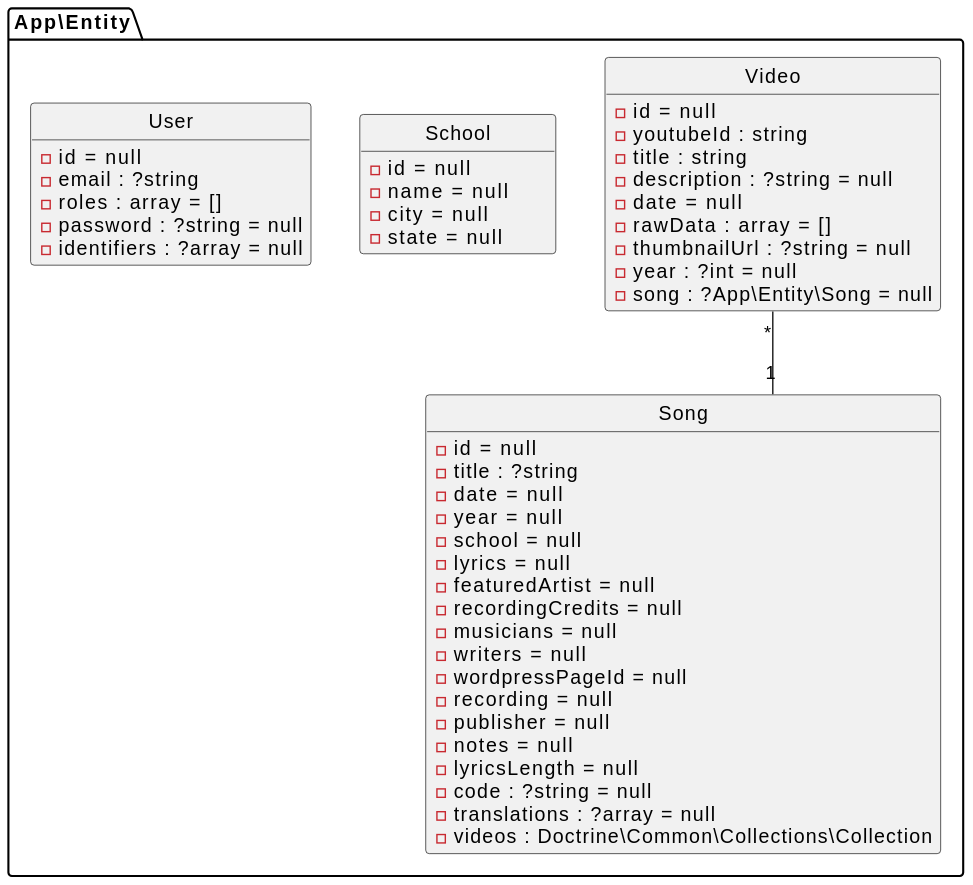
survos/kidpanalley keeps this PlantUML diagram as assets/db.svg. Above is the earlier version.
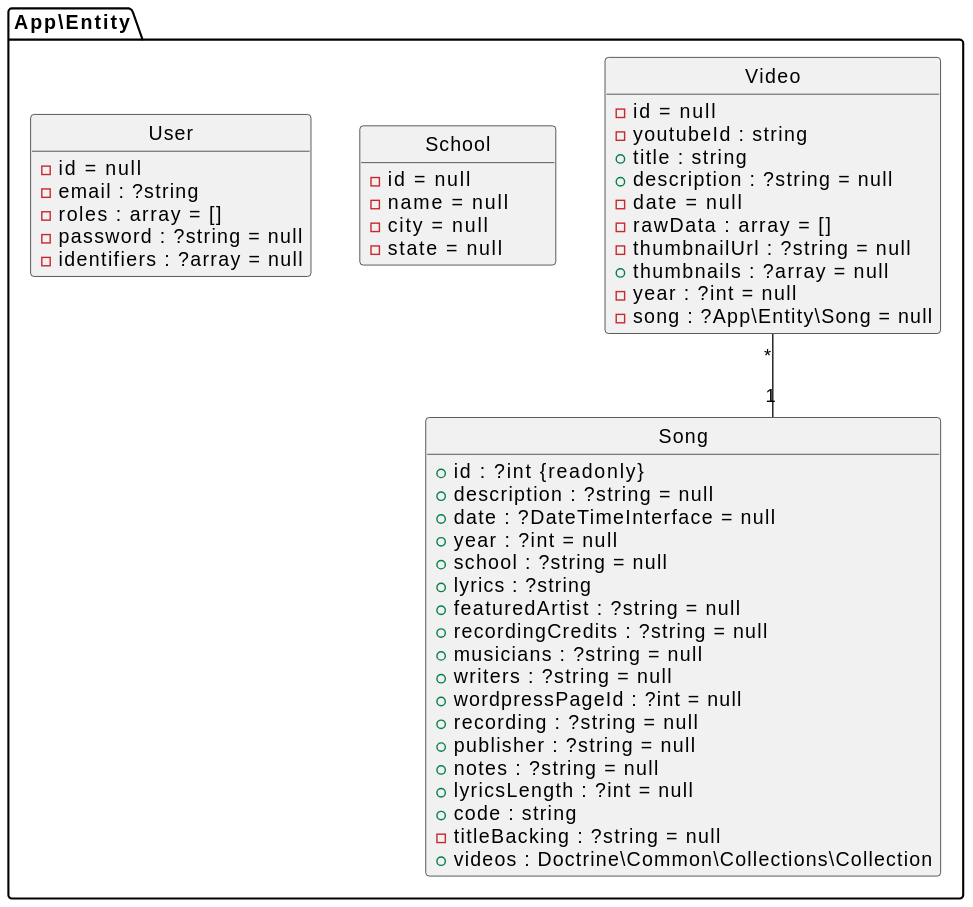
The same file after the commit.

The edit, as a diff of the source:
```diff
@@ -7,24 +7,24 @@
 hide empty members
 !theme _none_
 class App\Entity\Song {
-- id = null
-- title : ?string
-- date = null
-- year = null
-- school = null
-- lyrics = null
-- featuredArtist = null
-- recordingCredits = null
-- musicians = null
-- writers = null
-- wordpressPageId = null
-- recording = null
-- publisher = null
-- notes = null
-- lyricsLength = null
-- code : ?string = null
-- translations : ?array = null
-- videos : Doctrine\Common\Collections\Collection
++ id : ?int {readonly}
++ description : ?string = null
++ date : ?DateTimeInterface = null
++ year : ?int = null
++ school : ?string = null
++ lyrics : ?string
++ featuredArtist : ?string = null
++ recordingCredits : ?string = null
++ musicians : ?string = null
++ writers : ?string = null
++ wordpressPageId : ?int = null
++ recording : ?string = null
++ publisher : ?string = null
++ notes : ?string = null
++ lyricsLength : ?int = null
++ code : string
+- titleBacking : ?string = null
++ videos : Doctrine\Common\Collections\Collection
 }
 class App\Entity\User {
 - id = null
@@ -42,11 +42,12 @@
 class App\Entity\Video {
 - id = null
 - youtubeId : string
-- title : string
-- description : ?string = null
++ title : string
++ description : ?string = null
 - date = null
 - rawData : array = []
 - thumbnailUrl : ?string = null
++ thumbnails : ?array = null
 - year : ?int = null
 - song : ?App\Entity\Song = null
 }
```
